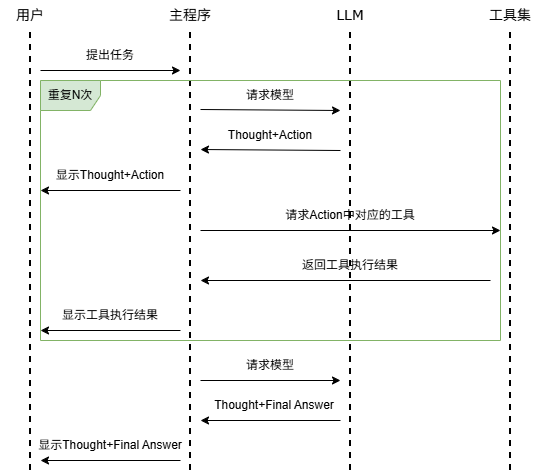
Above: pic/Agent ReAct模式时序图.drawio.png in guxdong/imgrepo (draw.io), before the change. Source tidied: cells renumbered, new cells last; positions are measured from the earlier drawing's top-left corner, leaving out a move shared by most shapes. Source of this version:
```xml
<mxGraphModel>
  <root>
    <mxCell id="0" />
    <mxCell id="1" parent="0" />
    <mxCell id="2" style="endArrow=none;dashed=1;html=1;rounded=0;jumpSize=6;strokeWidth=2;entryX=0.5;entryY=1;entryDx=0;entryDy=0;" parent="1" edge="1" target="8">
      <mxGeometry relative="1" as="geometry">
        <mxPoint x="350" y="470" as="sourcePoint" />
      </mxGeometry>
    </mxCell>
    <mxCell id="3" style="endArrow=none;dashed=1;html=1;rounded=0;jumpSize=6;strokeWidth=2;entryX=0.5;entryY=1;entryDx=0;entryDy=0;" parent="1" edge="1" target="7">
      <mxGeometry relative="1" as="geometry">
        <mxPoint x="190" y="470" as="sourcePoint" />
      </mxGeometry>
    </mxCell>
    <mxCell id="4" style="endArrow=none;dashed=1;html=1;rounded=0;jumpSize=6;strokeWidth=2;" parent="1" edge="1">
      <mxGeometry relative="1" as="geometry">
        <mxPoint x="30" y="470" as="sourcePoint" />
        <mxPoint x="30" y="30" as="targetPoint" />
      </mxGeometry>
    </mxCell>
    <mxCell id="5" style="endArrow=none;dashed=1;html=1;rounded=0;jumpSize=6;strokeWidth=2;entryX=0.5;entryY=1;entryDx=0;entryDy=0;" parent="1" edge="1" target="9">
      <mxGeometry relative="1" as="geometry">
        <mxPoint x="510" y="470" as="sourcePoint" />
      </mxGeometry>
    </mxCell>
    <mxCell id="6" value="用户" style="text;html=1;whiteSpace=wrap;strokeColor=none;fillColor=none;align=center;verticalAlign=middle;rounded=0;fontFamily=Verdana;fontSize=14;" parent="1" vertex="1">
      <mxGeometry width="60" height="30" as="geometry" />
    </mxCell>
    <mxCell id="7" value="主程序" style="text;html=1;whiteSpace=wrap;strokeColor=none;fillColor=none;align=center;verticalAlign=middle;rounded=0;fontFamily=Verdana;fontSize=14;" parent="1" vertex="1">
      <mxGeometry x="160" width="60" height="30" as="geometry" />
    </mxCell>
    <mxCell id="8" value="LLM" style="text;html=1;whiteSpace=wrap;strokeColor=none;fillColor=none;align=center;verticalAlign=middle;rounded=0;fontFamily=Verdana;fontSize=14;" parent="1" vertex="1">
      <mxGeometry x="320" width="60" height="30" as="geometry" />
    </mxCell>
    <mxCell id="9" value="工具集" style="text;html=1;whiteSpace=wrap;strokeColor=none;fillColor=none;align=center;verticalAlign=middle;rounded=0;fontFamily=Verdana;fontSize=14;" parent="1" vertex="1">
      <mxGeometry x="480" width="60" height="30" as="geometry" />
    </mxCell>
    <mxCell id="10" style="endArrow=classic;html=1;rounded=0;" parent="1" edge="1">
      <mxGeometry relative="1" as="geometry">
        <mxPoint x="40" y="70" as="sourcePoint" />
        <mxPoint x="180" y="70" as="targetPoint" />
      </mxGeometry>
    </mxCell>
    <mxCell id="11" value="提出任务" style="text;html=1;whiteSpace=wrap;strokeColor=none;fillColor=none;align=center;verticalAlign=middle;rounded=0;" parent="1" vertex="1">
      <mxGeometry x="80" y="40" width="60" height="30" as="geometry" />
    </mxCell>
    <mxCell id="12" style="endArrow=classic;html=1;rounded=0;" parent="1" edge="1">
      <mxGeometry relative="1" as="geometry">
        <mxPoint x="200" y="109" as="sourcePoint" />
        <mxPoint x="340" y="110" as="targetPoint" />
      </mxGeometry>
    </mxCell>
    <mxCell id="13" value="请求模型" style="text;html=1;whiteSpace=wrap;strokeColor=none;fillColor=none;align=center;verticalAlign=middle;rounded=0;" parent="1" vertex="1">
      <mxGeometry x="240" y="80" width="60" height="30" as="geometry" />
    </mxCell>
    <mxCell id="14" style="endArrow=classic;html=1;rounded=0;" parent="1" edge="1">
      <mxGeometry relative="1" as="geometry">
        <mxPoint x="340" y="150" as="sourcePoint" />
        <mxPoint x="200" y="149" as="targetPoint" />
      </mxGeometry>
    </mxCell>
    <mxCell id="15" value="Thought+Action" style="text;html=1;whiteSpace=wrap;strokeColor=none;fillColor=none;align=center;verticalAlign=middle;rounded=0;" parent="1" vertex="1">
      <mxGeometry x="240" y="120" width="60" height="30" as="geometry" />
    </mxCell>
    <mxCell id="16" style="endArrow=classic;html=1;rounded=0;" parent="1" edge="1">
      <mxGeometry relative="1" as="geometry">
        <mxPoint x="180" y="190" as="sourcePoint" />
        <mxPoint x="40" y="190" as="targetPoint" />
      </mxGeometry>
    </mxCell>
    <mxCell id="17" value="显示Thought+Action" style="text;html=1;whiteSpace=wrap;strokeColor=none;fillColor=none;align=center;verticalAlign=middle;rounded=0;" parent="1" vertex="1">
      <mxGeometry x="50" y="160" width="120" height="30" as="geometry" />
    </mxCell>
    <mxCell id="18" style="endArrow=classic;html=1;rounded=0;" parent="1" edge="1">
      <mxGeometry relative="1" as="geometry">
        <mxPoint x="200" y="230" as="sourcePoint" />
        <mxPoint x="500" y="230" as="targetPoint" />
      </mxGeometry>
    </mxCell>
    <mxCell id="19" value="请求Action中对应的工具" style="text;html=1;whiteSpace=wrap;strokeColor=none;fillColor=none;align=center;verticalAlign=middle;rounded=0;" parent="1" vertex="1">
      <mxGeometry x="280" y="200" width="140" height="30" as="geometry" />
    </mxCell>
    <mxCell id="20" style="endArrow=classic;html=1;rounded=0;" parent="1" edge="1">
      <mxGeometry relative="1" as="geometry">
        <mxPoint x="490" y="280" as="sourcePoint" />
        <mxPoint x="200" y="280" as="targetPoint" />
      </mxGeometry>
    </mxCell>
    <mxCell id="21" value="返回工具执行结果" style="text;html=1;whiteSpace=wrap;strokeColor=none;fillColor=none;align=center;verticalAlign=middle;rounded=0;" parent="1" vertex="1">
      <mxGeometry x="285" y="250" width="130" height="30" as="geometry" />
    </mxCell>
    <mxCell id="22" style="endArrow=classic;html=1;rounded=0;" parent="1" edge="1">
      <mxGeometry relative="1" as="geometry">
        <mxPoint x="180" y="330" as="sourcePoint" />
        <mxPoint x="40" y="330" as="targetPoint" />
      </mxGeometry>
    </mxCell>
    <mxCell id="23" value="显示工具执行结果" style="text;html=1;whiteSpace=wrap;strokeColor=none;fillColor=none;align=center;verticalAlign=middle;rounded=0;" parent="1" vertex="1">
      <mxGeometry x="50" y="300" width="120" height="30" as="geometry" />
    </mxCell>
    <mxCell id="24" value="重复N次" style="shape=umlFrame;whiteSpace=wrap;html=1;fillColor=#d5e8d4;strokeColor=#82b366;" parent="1" vertex="1">
      <mxGeometry x="40" y="80" width="460" height="260" as="geometry" />
    </mxCell>
    <mxCell id="25" style="endArrow=classic;html=1;rounded=0;" parent="1" edge="1">
      <mxGeometry relative="1" as="geometry">
        <mxPoint x="200" y="380" as="sourcePoint" />
        <mxPoint x="340" y="380" as="targetPoint" />
      </mxGeometry>
    </mxCell>
    <mxCell id="26" value="请求模型" style="text;html=1;whiteSpace=wrap;strokeColor=none;fillColor=none;align=center;verticalAlign=middle;rounded=0;" parent="1" vertex="1">
      <mxGeometry x="240" y="350" width="60" height="30" as="geometry" />
    </mxCell>
    <mxCell id="27" style="endArrow=classic;html=1;rounded=0;" parent="1" edge="1">
      <mxGeometry relative="1" as="geometry">
        <mxPoint x="340" y="420" as="sourcePoint" />
        <mxPoint x="200" y="420" as="targetPoint" />
      </mxGeometry>
    </mxCell>
    <mxCell id="28" value="Thought+Final Answer" style="text;html=1;whiteSpace=wrap;strokeColor=none;fillColor=none;align=center;verticalAlign=middle;rounded=0;" parent="1" vertex="1">
      <mxGeometry x="204" y="390" width="140" height="30" as="geometry" />
    </mxCell>
    <mxCell id="29" style="endArrow=classic;html=1;rounded=0;" parent="1" edge="1">
      <mxGeometry relative="1" as="geometry">
        <mxPoint x="180" y="460" as="sourcePoint" />
        <mxPoint x="40" y="460" as="targetPoint" />
      </mxGeometry>
    </mxCell>
    <mxCell id="30" value="显示Thought+Final Answer" style="text;html=1;whiteSpace=wrap;strokeColor=none;fillColor=none;align=center;verticalAlign=middle;rounded=0;" parent="1" vertex="1">
      <mxGeometry x="30" y="430" width="160" height="30" as="geometry" />
    </mxCell>
  </root>
</mxGraphModel>
```
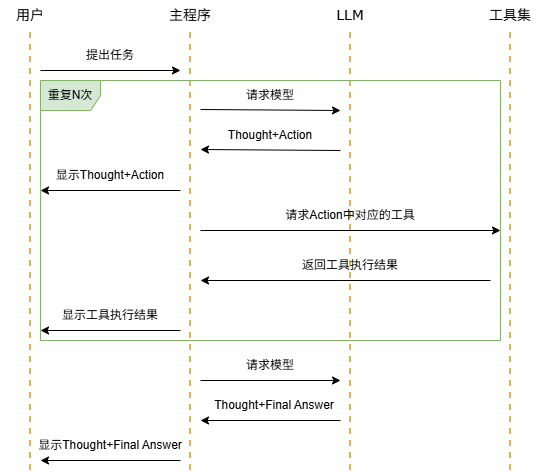
Later version of the same file.

Commit message:
更新Agent ReAct模式时序图.drawio.png

The edit, as a diff of the source:
```diff
@@ -2,23 +2,24 @@
   <root>
     <mxCell id="0" />
     <mxCell id="1" parent="0" />
-    <mxCell id="2" style="endArrow=none;dashed=1;html=1;rounded=0;jumpSize=6;strokeWidth=2;entryX=0.5;entryY=1;entryDx=0;entryDy=0;" parent="1" edge="1" target="8">
+    <mxCell id="2" style="endArrow=none;dashed=1;html=1;rounded=0;jumpSize=6;strokeWidth=2;entryX=0.5;entryY=1;entryDx=0;entryDy=0;fillColor=#fff2cc;strokeColor=#d6b656;" parent="1" edge="1" target="8">
       <mxGeometry relative="1" as="geometry">
         <mxPoint x="350" y="470" as="sourcePoint" />
       </mxGeometry>
     </mxCell>
-    <mxCell id="3" style="endArrow=none;dashed=1;html=1;rounded=0;jumpSize=6;strokeWidth=2;entryX=0.5;entryY=1;entryDx=0;entryDy=0;" parent="1" edge="1" target="7">
+    <mxCell id="3" style="endArrow=none;dashed=1;html=1;rounded=0;jumpSize=6;strokeWidth=2;fillColor=#fff2cc;strokeColor=#d6b656;" parent="1" edge="1">
       <mxGeometry relative="1" as="geometry">
         <mxPoint x="190" y="470" as="sourcePoint" />
+        <mxPoint x="190" y="30" as="targetPoint" />
       </mxGeometry>
     </mxCell>
-    <mxCell id="4" style="endArrow=none;dashed=1;html=1;rounded=0;jumpSize=6;strokeWidth=2;" parent="1" edge="1">
+    <mxCell id="4" style="endArrow=none;dashed=1;html=1;rounded=0;jumpSize=6;strokeWidth=2;fillColor=#fff2cc;strokeColor=#d6b656;" parent="1" edge="1">
       <mxGeometry relative="1" as="geometry">
         <mxPoint x="30" y="470" as="sourcePoint" />
         <mxPoint x="30" y="30" as="targetPoint" />
       </mxGeometry>
     </mxCell>
-    <mxCell id="5" style="endArrow=none;dashed=1;html=1;rounded=0;jumpSize=6;strokeWidth=2;entryX=0.5;entryY=1;entryDx=0;entryDy=0;" parent="1" edge="1" target="9">
+    <mxCell id="5" style="endArrow=none;dashed=1;html=1;rounded=0;jumpSize=6;strokeWidth=2;entryX=0.5;entryY=1;entryDx=0;entryDy=0;fillColor=#fff2cc;strokeColor=#d6b656;" parent="1" edge="1" target="9">
       <mxGeometry relative="1" as="geometry">
         <mxPoint x="510" y="470" as="sourcePoint" />
       </mxGeometry>
```
